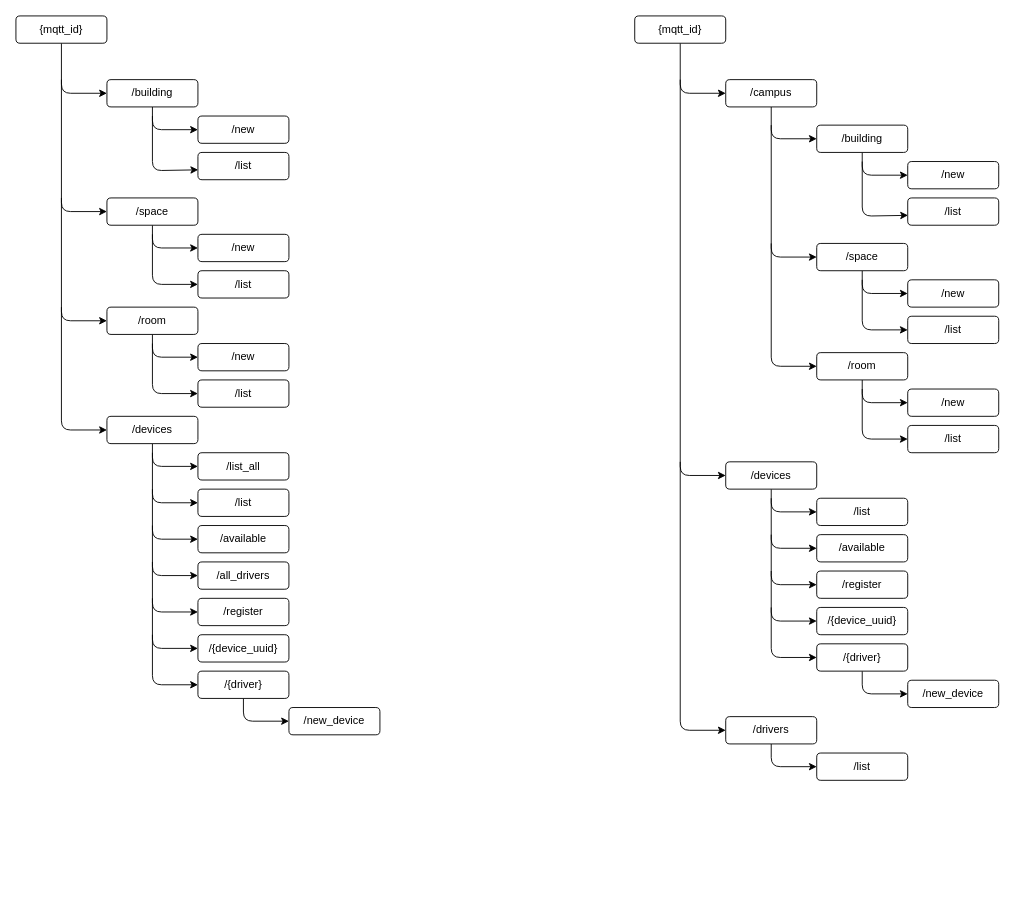
VictorAlicino/tcc_1 keeps this draw.io diagram as architecture/opus_mqtt.drawio. Above is the earlier version. Source tidied: cells renumbered, new cells numbered last; positions are measured from the earlier drawing's top-left corner, leaving out a move shared by most shapes. Both pictures are drawn from the tidied source at 91%, with x=0, y=0 at pixel (15, 15).
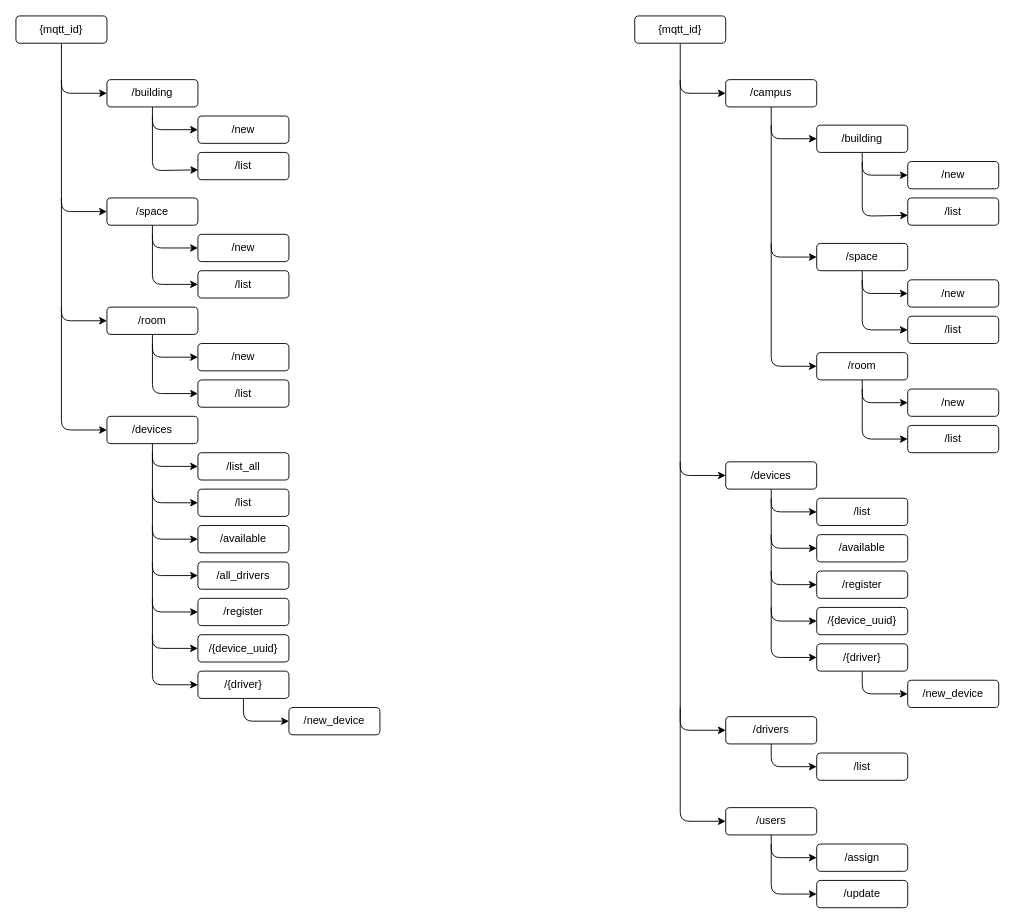
The same diagram, later.

Diff of the diagram source:
```diff
@@
+    <mxCell id="78" style="edgeStyle=none;html=1;entryX=0;entryY=0.5;entryDx=0;entryDy=0;" parent="1" edge="1" target="79">
+      <mxGeometry relative="1" as="geometry">
+        <mxPoint x="730" y="760" as="sourcePoint" />
+        <Array as="points">
+          <mxPoint x="730" y="885" />
+        </Array>
+      </mxGeometry>
+    </mxCell>
+    <mxCell id="79" value="/users" style="rounded=1;whiteSpace=wrap;html=1;" parent="1" vertex="1">
+      <mxGeometry x="780" y="870" width="100" height="30" as="geometry" />
+    </mxCell>
+    <mxCell id="80" style="edgeStyle=none;html=1;entryX=0;entryY=0.5;entryDx=0;entryDy=0;" parent="1" edge="1" target="81">
+      <mxGeometry relative="1" as="geometry">
+        <mxPoint x="830" y="900" as="sourcePoint" />
+        <Array as="points">
+          <mxPoint x="830" y="925" />
+        </Array>
+      </mxGeometry>
+    </mxCell>
+    <mxCell id="81" value="/assign" style="rounded=1;whiteSpace=wrap;html=1;" parent="1" vertex="1">
+      <mxGeometry x="880" y="910" width="100" height="30" as="geometry" />
+    </mxCell>
+    <mxCell id="82" style="edgeStyle=none;html=1;entryX=0;entryY=0.5;entryDx=0;entryDy=0;" parent="1" edge="1" target="83">
+      <mxGeometry relative="1" as="geometry">
+        <mxPoint x="830" y="910" as="sourcePoint" />
+        <Array as="points">
+          <mxPoint x="830" y="965" />
+        </Array>
+      </mxGeometry>
+    </mxCell>
+    <mxCell id="83" value="/update" style="rounded=1;whiteSpace=wrap;html=1;" parent="1" vertex="1">
+      <mxGeometry x="880" y="950" width="100" height="30" as="geometry" />
+    </mxCell>
```
